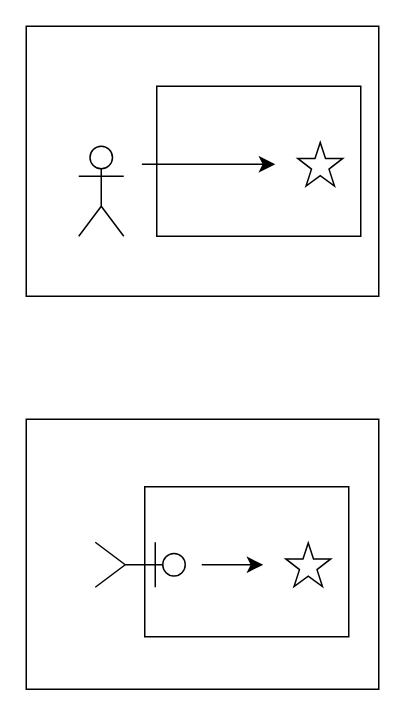
Before: quasi-observation.drawio in kyonenya/slidev-playground, a draw.io diagram. Source tidied: cells renumbered, new cells numbered last; positions are measured from the earlier drawing's top-left corner, leaving out a move shared by most shapes. Both pictures are drawn from the tidied source at 150%, with x=0, y=0 at pixel (26, 26).
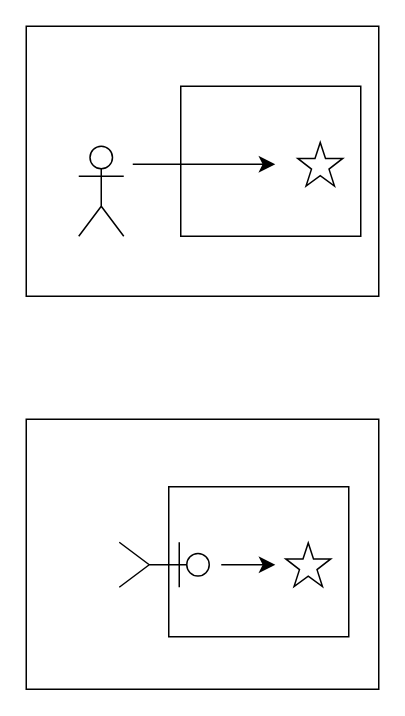
The same page after the edit.

Commit message (it also covers changes not shown here):
quasi-observation.drawio を更新します

Change to the diagram source:
```diff
@@
 <mxGraphModel>
   <root>
     <mxCell id="0" />
     <mxCell id="1" parent="0" />
     <mxCell id="2" style="whiteSpace=wrap;html=1;" parent="1" vertex="1">
       <mxGeometry y="262" width="235" height="180" as="geometry" />
     </mxCell>
     <mxCell id="3" style="rounded=0;whiteSpace=wrap;html=1;" parent="1" vertex="1">
-      <mxGeometry x="79" y="307" width="136" height="100" as="geometry" />
+      <mxGeometry x="95" y="307" width="120" height="100" as="geometry" />
     </mxCell>
     <mxCell id="4" style="verticalLabelPosition=bottom;verticalAlign=top;html=1;shape=mxgraph.basic.star;" parent="1" vertex="1">
       <mxGeometry x="173" y="344.5" width="30" height="29" as="geometry" />
     </mxCell>
     <mxCell id="5" value="&lt;div&gt;&lt;br&gt;&lt;/div&gt;" style="shape=umlActor;verticalLabelPosition=bottom;verticalAlign=top;html=1;rotation=90;" parent="1" vertex="1">
-      <mxGeometry x="61" y="329" width="30" height="60" as="geometry" />
+      <mxGeometry x="77" y="329" width="30" height="60" as="geometry" />
     </mxCell>
-    <mxCell id="6" style="endArrow=classic;html=1;rounded=0;fontSize=12;startSize=8;endSize=8;curved=1;" parent="1" edge="1">
+    <mxCell id="6" style="endArrow=classic;html=1;rounded=0;fontSize=12;startSize=8;endSize=8;curved=1;entryX=0.592;entryY=0.52;entryDx=0;entryDy=0;entryPerimeter=0;" parent="1" edge="1" target="3">
       <mxGeometry relative="1" as="geometry">
-        <mxPoint x="117" y="359" as="sourcePoint" />
-        <mxPoint x="158" y="359" as="targetPoint" />
+        <mxPoint x="130" y="359" as="sourcePoint" />
       </mxGeometry>
     </mxCell>
     <mxCell id="7" style="whiteSpace=wrap;html=1;" parent="1" vertex="1">
       <mxGeometry width="235" height="180" as="geometry" />
     </mxCell>
     <mxCell id="8" style="rounded=0;whiteSpace=wrap;html=1;" parent="1" vertex="1">
-      <mxGeometry x="87" y="40" width="136" height="100" as="geometry" />
+      <mxGeometry x="103" y="40" width="120" height="100" as="geometry" />
     </mxCell>
     <mxCell id="9" style="verticalLabelPosition=bottom;verticalAlign=top;html=1;shape=mxgraph.basic.star;" parent="1" vertex="1">
       <mxGeometry x="181" y="77.5" width="30" height="29" as="geometry" />
     </mxCell>
-    <mxCell id="10" style="endArrow=classic;html=1;rounded=0;fontSize=12;startSize=8;endSize=8;curved=1;exitX=0.328;exitY=0.511;exitDx=0;exitDy=0;exitPerimeter=0;" parent="1" edge="1" source="7">
+    <mxCell id="10" style="endArrow=classic;html=1;rounded=0;fontSize=12;startSize=8;endSize=8;curved=1;" parent="1" edge="1">
       <mxGeometry relative="1" as="geometry">
+        <mxPoint x="71" y="92" as="sourcePoint" />
         <mxPoint x="166" y="92" as="targetPoint" />
       </mxGeometry>
     </mxCell>
     <mxCell id="11" value="&lt;div&gt;&lt;br&gt;&lt;/div&gt;" style="shape=umlActor;verticalLabelPosition=bottom;verticalAlign=top;html=1;rotation=0;" parent="1" vertex="1">
       <mxGeometry x="35" y="80" width="30" height="60" as="geometry" />
     </mxCell>
   </root>
 </mxGraphModel>
```
